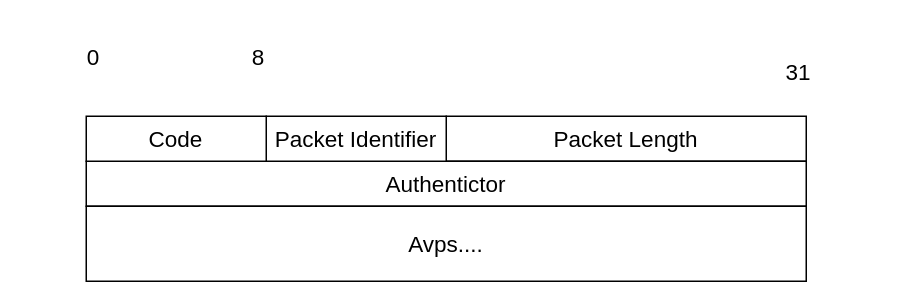
Above: Radius协议报文格式.drawio in PATORITU/PATORITU (draw.io), before the change. Source tidied: cells renumbered, new cells numbered last; positions are measured from the earlier drawing's top-left corner, leaving out a move shared by most shapes. Both pictures are drawn from the tidied source at 150%, with x=0, y=0 at pixel (26, 26).
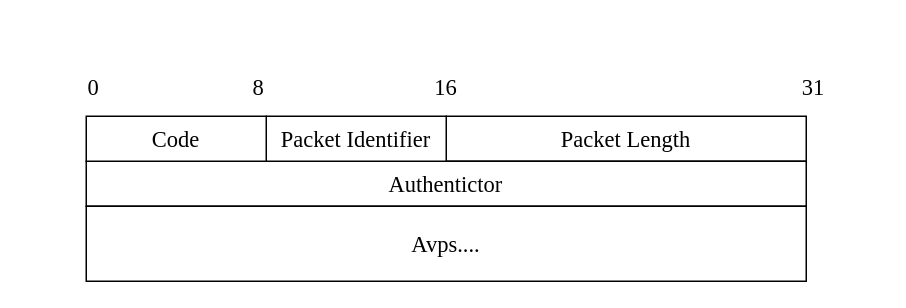
The same diagram, later.

Commit message:
更新Radius协议报文格式.drawio

What changed in the source:
```diff
@@
 <mxGraphModel>
   <root>
     <mxCell id="0" />
     <mxCell id="1" parent="0" />
+    <mxCell id="10" value="&lt;span style=&quot;font-size: 15px;&quot;&gt;16&lt;/span&gt;" style="rounded=1;whiteSpace=wrap;html=1;strokeColor=none;fontFamily=Times New Roman;" parent="1" vertex="1">
+      <mxGeometry x="235" y="20" width="90" height="40" as="geometry" />
+    </mxCell>
+    <mxCell id="5" value="&lt;font style=&quot;font-size: 15px;&quot;&gt;0&lt;/font&gt;" style="rounded=1;whiteSpace=wrap;html=1;strokeColor=none;fontFamily=Times New Roman;" parent="1" vertex="1">
+      <mxGeometry y="20" width="90" height="40" as="geometry" />
+    </mxCell>
+    <mxCell id="6" value="8" style="rounded=1;whiteSpace=wrap;html=1;strokeColor=none;fontSize=15;fontFamily=Times New Roman;" parent="1" vertex="1">
+      <mxGeometry x="110" y="20" width="90" height="40" as="geometry" />
+    </mxCell>
+    <mxCell id="7" value="31" style="rounded=1;whiteSpace=wrap;html=1;strokeColor=none;fontSize=15;fontFamily=Times New Roman;" parent="1" vertex="1">
+      <mxGeometry x="480" y="20" width="90" height="40" as="geometry" />
+    </mxCell>
-    <mxCell id="2" value="Packet Length" style="rounded=0;whiteSpace=wrap;html=1;fontSize=15;" parent="1" vertex="1">
+    <mxCell id="2" value="Packet Length" style="rounded=0;whiteSpace=wrap;html=1;fontSize=15;fontFamily=Times New Roman;" parent="1" vertex="1">
       <mxGeometry x="280" y="60" width="240" height="30" as="geometry" />
     </mxCell>
-    <mxCell id="3" value="&lt;span style=&quot;font-size: 15px;&quot;&gt;Authentictor&lt;/span&gt;" style="rounded=0;whiteSpace=wrap;html=1;" parent="1" vertex="1">
+    <mxCell id="3" value="&lt;span style=&quot;font-size: 15px;&quot;&gt;Authentictor&lt;/span&gt;" style="rounded=0;whiteSpace=wrap;html=1;fontFamily=Times New Roman;" parent="1" vertex="1">
       <mxGeometry x="40" y="90" width="480" height="30" as="geometry" />
     </mxCell>
-    <mxCell id="4" value="&lt;span style=&quot;font-size: 15px;&quot;&gt;Avps....&lt;/span&gt;" style="rounded=0;whiteSpace=wrap;html=1;" parent="1" vertex="1">
+    <mxCell id="4" value="&lt;span style=&quot;font-size: 15px;&quot;&gt;Avps....&lt;/span&gt;" style="rounded=0;whiteSpace=wrap;html=1;fontFamily=Times New Roman;" parent="1" vertex="1">
       <mxGeometry x="40" y="120" width="480" height="50" as="geometry" />
     </mxCell>
-    <mxCell id="5" value="&lt;font style=&quot;font-size: 15px;&quot;&gt;0&lt;/font&gt;" style="rounded=1;whiteSpace=wrap;html=1;strokeColor=none;" parent="1" vertex="1">
-      <mxGeometry width="90" height="40" as="geometry" />
-    </mxCell>
-    <mxCell id="6" value="8" style="rounded=1;whiteSpace=wrap;html=1;strokeColor=none;fontSize=15;" parent="1" vertex="1">
-      <mxGeometry x="110" width="90" height="40" as="geometry" />
-    </mxCell>
-    <mxCell id="7" value="31" style="rounded=1;whiteSpace=wrap;html=1;strokeColor=none;fontSize=15;" parent="1" vertex="1">
-      <mxGeometry x="470" y="10" width="90" height="40" as="geometry" />
-    </mxCell>
-    <mxCell id="8" value="&lt;span style=&quot;font-size: 15px;&quot;&gt;Packet Identifier&lt;/span&gt;" style="rounded=0;whiteSpace=wrap;html=1;" parent="1" vertex="1">
+    <mxCell id="8" value="&lt;span style=&quot;font-size: 15px;&quot;&gt;Packet Identifier&lt;/span&gt;" style="rounded=0;whiteSpace=wrap;html=1;fontFamily=Times New Roman;" parent="1" vertex="1">
       <mxGeometry x="160" y="60" width="120" height="30" as="geometry" />
     </mxCell>
-    <mxCell id="9" value="&lt;span style=&quot;font-size: 15px;&quot;&gt;Code&lt;/span&gt;" style="rounded=0;whiteSpace=wrap;html=1;" parent="1" vertex="1">
+    <mxCell id="9" value="&lt;span style=&quot;font-size: 15px;&quot;&gt;Code&lt;/span&gt;" style="rounded=0;whiteSpace=wrap;html=1;fontFamily=Times New Roman;" parent="1" vertex="1">
       <mxGeometry x="40" y="60" width="120" height="30" as="geometry" />
     </mxCell>
   </root>
 </mxGraphModel>
```
